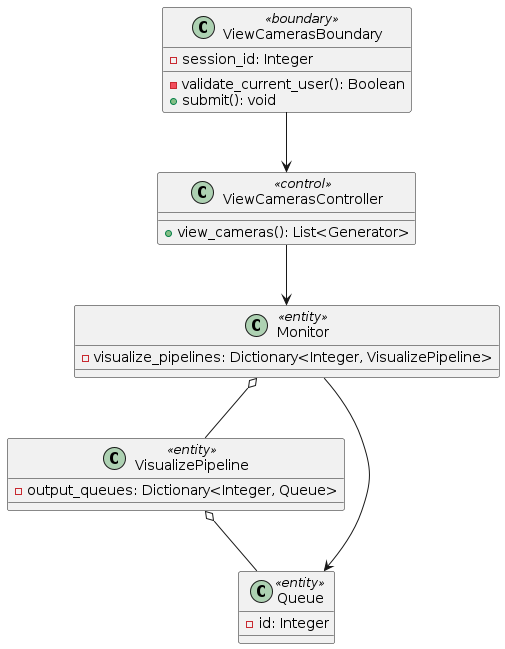
Above: docs/UML/Class Diagrams/view-real_time-cameras.png in LapTQ/MCT (PlantUML), before the change.
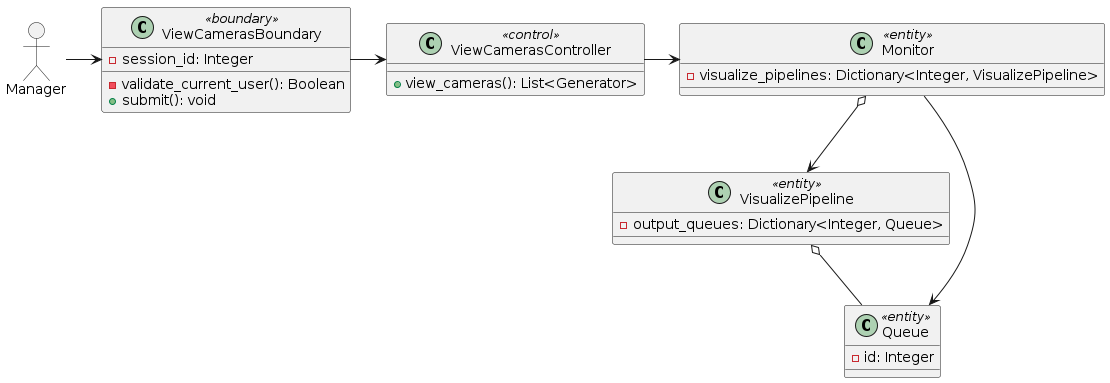
The same diagram one commit later.

The edit, as a diff of the source:
```diff
@@ -1,4 +1,8 @@
 @startuml
+
+allowmixing
+
+actor Manager
 
 class ViewCamerasBoundary <<boundary>> {
     - session_id: Integer
@@ -10,7 +14,6 @@
 class ViewCamerasController <<control>> {
 
     + view_cameras(): List<Generator>
-
 }
 
 class Monitor <<entity>> {
@@ -25,9 +28,10 @@
     - id: Integer
 }
 
-ViewCamerasBoundary --> ViewCamerasController
-ViewCamerasController --> Monitor
-Monitor o-- VisualizePipeline
+Manager -> ViewCamerasBoundary
+ViewCamerasBoundary -right-> ViewCamerasController
+ViewCamerasController -right-> Monitor
+Monitor o--> VisualizePipeline
 Monitor --> Queue
 VisualizePipeline o-- Queue
 
```
